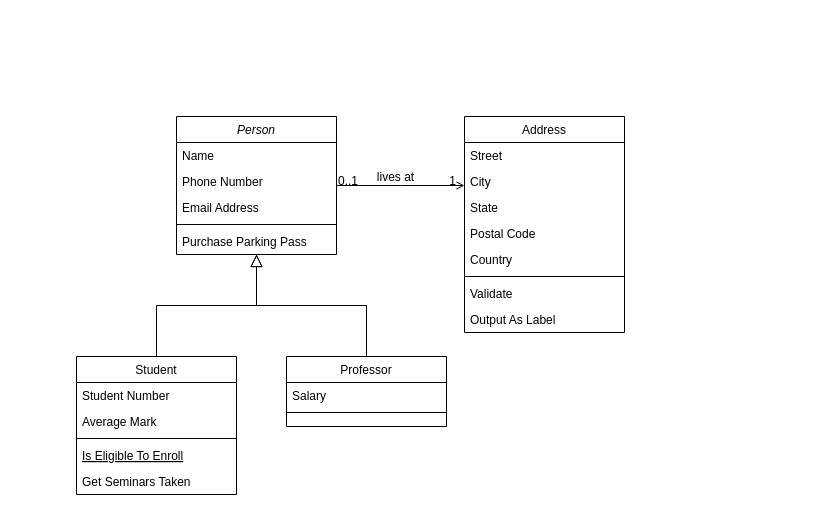
sapoNinja27/EngenhariaSoftware keeps this draw.io diagram as classesPetChop.drawio. Above is the earlier version. Source tidied: cells renumbered, new cells numbered last; positions are measured from the earlier drawing's top-left corner, leaving out a move shared by most shapes. Both pictures are drawn from the tidied source at 100%, with x=0, y=0 at pixel (76, 116).
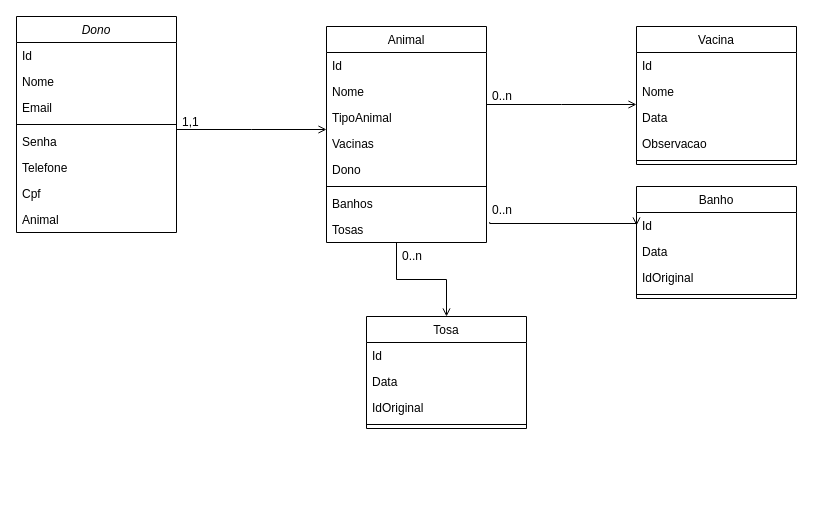
The same diagram, later.

The change refers to these unchanged cells:
```xml
<mxCell id="28" style="endArrow=open;shadow=0;strokeWidth=1;rounded=0;endFill=1;edgeStyle=elbowEdgeStyle;elbow=vertical;" parent="1" edge="1" source="2" target="19">
  <mxGeometry x="0.5" y="41" relative="1" as="geometry">
    <mxPoint x="-40" y="32" as="offset" />
  </mxGeometry>
</mxCell>
```

What changed in the source:
```diff
@@
-    <mxCell id="2" value="Person" style="swimlane;fontStyle=2;align=center;verticalAlign=top;horizontal=1;startSize=26;rounded=0;shadow=0;strokeWidth=1;" parent="1" vertex="1">
-      <mxGeometry x="100" width="160" height="138" as="geometry" />
+    <mxCell id="2" value="Dono" style="swimlane;fontStyle=2;align=center;verticalAlign=top;horizontal=1;startSize=26;rounded=0;shadow=0;strokeWidth=1;" parent="1" vertex="1">
+      <mxGeometry x="-60" y="-100" width="160" height="216" as="geometry" />
     </mxCell>
-    <mxCell id="3" value="Name" style="text;align=left;verticalAlign=top;spacingLeft=4;spacingRight=4;overflow=hidden;" parent="2" vertex="1">
+    <mxCell id="3" value="Id" style="text;align=left;verticalAlign=top;spacingLeft=4;spacingRight=4;overflow=hidden;" parent="2" vertex="1">
       <mxGeometry y="26" width="160" height="26" as="geometry" />
     </mxCell>
-    <mxCell id="4" value="Phone Number" style="text;align=left;verticalAlign=top;spacingLeft=4;spacingRight=4;overflow=hidden;rounded=0;shadow=0;html=0;" parent="2" vertex="1">
+    <mxCell id="4" value="Nome" style="text;align=left;verticalAlign=top;spacingLeft=4;spacingRight=4;overflow=hidden;rounded=0;shadow=0;html=0;" parent="2" vertex="1">
       <mxGeometry y="52" width="160" height="26" as="geometry" />
     </mxCell>
-    <mxCell id="5" value="Email Address" style="text;align=left;verticalAlign=top;spacingLeft=4;spacingRight=4;overflow=hidden;rounded=0;shadow=0;html=0;" parent="2" vertex="1">
+    <mxCell id="5" value="Email" style="text;align=left;verticalAlign=top;spacingLeft=4;spacingRight=4;overflow=hidden;rounded=0;shadow=0;html=0;" parent="2" vertex="1">
       <mxGeometry y="78" width="160" height="26" as="geometry" />
     </mxCell>
@@
-    <mxCell id="7" value="Purchase Parking Pass" style="text;align=left;verticalAlign=top;spacingLeft=4;spacingRight=4;overflow=hidden;" parent="2" vertex="1">
+    <mxCell id="7" value="Senha" style="text;align=left;verticalAlign=top;spacingLeft=4;spacingRight=4;overflow=hidden;" parent="2" vertex="1">
       <mxGeometry y="112" width="160" height="26" as="geometry" />
     </mxCell>
-    <mxCell id="8" value="Student" style="swimlane;fontStyle=0;align=center;verticalAlign=top;horizontal=1;startSize=26;rounded=0;shadow=0;strokeWidth=1;" parent="1" vertex="1">
-      <mxGeometry y="240" width="160" height="138" as="geometry" />
-    </mxCell>
-    <mxCell id="9" value="Student Number" style="text;align=left;verticalAlign=top;spacingLeft=4;spacingRight=4;overflow=hidden;" parent="8" vertex="1">
-      <mxGeometry y="26" width="160" height="26" as="geometry" />
-    </mxCell>
-    <mxCell id="10" value="Average Mark" style="text;align=left;verticalAlign=top;spacingLeft=4;spacingRight=4;overflow=hidden;rounded=0;shadow=0;html=0;" parent="8" vertex="1">
-      <mxGeometry y="52" width="160" height="26" as="geometry" />
-    </mxCell>
-    <mxCell id="11" style="line;html=1;strokeWidth=1;align=left;verticalAlign=middle;spacingTop=-1;spacingLeft=3;spacingRight=3;labelPosition=right;" parent="8" vertex="1">
-      <mxGeometry y="78" width="160" height="8" as="geometry" />
-    </mxCell>
-    <mxCell id="12" value="Is Eligible To Enroll" style="text;align=left;verticalAlign=top;spacingLeft=4;spacingRight=4;overflow=hidden;fontStyle=4;" parent="8" vertex="1">
-      <mxGeometry y="86" width="160" height="26" as="geometry" />
-    </mxCell>
-    <mxCell id="13" value="Get Seminars Taken" style="text;align=left;verticalAlign=top;spacingLeft=4;spacingRight=4;overflow=hidden;" parent="8" vertex="1">
-      <mxGeometry y="112" width="160" height="26" as="geometry" />
-    </mxCell>
-    <mxCell id="14" style="endArrow=block;endSize=10;endFill=0;shadow=0;strokeWidth=1;rounded=0;edgeStyle=elbowEdgeStyle;elbow=vertical;" parent="1" edge="1" source="8" target="2">
-      <mxGeometry relative="1" as="geometry" />
-    </mxCell>
-    <mxCell id="15" value="Professor" style="swimlane;fontStyle=0;align=center;verticalAlign=top;horizontal=1;startSize=26;rounded=0;shadow=0;strokeWidth=1;" parent="1" vertex="1">
-      <mxGeometry x="210" y="240" width="160" height="70" as="geometry" />
-    </mxCell>
-    <mxCell id="16" value="Salary" style="text;align=left;verticalAlign=top;spacingLeft=4;spacingRight=4;overflow=hidden;" parent="15" vertex="1">
-      <mxGeometry y="26" width="160" height="26" as="geometry" />
-    </mxCell>
-    <mxCell id="17" style="line;html=1;strokeWidth=1;align=left;verticalAlign=middle;spacingTop=-1;spacingLeft=3;spacingRight=3;labelPosition=right;" parent="15" vertex="1">
-      <mxGeometry y="52" width="160" height="8" as="geometry" />
-    </mxCell>
-    <mxCell id="18" style="endArrow=block;endSize=10;endFill=0;shadow=0;strokeWidth=1;rounded=0;edgeStyle=elbowEdgeStyle;elbow=vertical;" parent="1" edge="1" source="15" target="2">
-      <mxGeometry relative="1" as="geometry" />
-    </mxCell>
+    <mxCell id="32" value="Telefone" style="text;align=left;verticalAlign=top;spacingLeft=4;spacingRight=4;overflow=hidden;" parent="2" vertex="1">
+      <mxGeometry y="138" width="160" height="26" as="geometry" />
+    </mxCell>
+    <mxCell id="33" value="Cpf" style="text;align=left;verticalAlign=top;spacingLeft=4;spacingRight=4;overflow=hidden;" parent="2" vertex="1">
+      <mxGeometry y="164" width="160" height="26" as="geometry" />
+    </mxCell>
+    <mxCell id="34" value="Animal" style="text;align=left;verticalAlign=top;spacingLeft=4;spacingRight=4;overflow=hidden;" parent="2" vertex="1">
+      <mxGeometry y="190" width="160" height="26" as="geometry" />
+    </mxCell>
-    <mxCell id="19" value="Address" style="swimlane;fontStyle=0;align=center;verticalAlign=top;horizontal=1;startSize=26;rounded=0;shadow=0;strokeWidth=1;" parent="1" vertex="1">
-      <mxGeometry x="388" width="160" height="216" as="geometry" />
+    <mxCell id="19" value="Animal" style="swimlane;fontStyle=0;align=center;verticalAlign=top;horizontal=1;startSize=26;rounded=0;shadow=0;strokeWidth=1;" parent="1" vertex="1">
+      <mxGeometry x="250" y="-90" width="160" height="216" as="geometry" />
     </mxCell>
-    <mxCell id="20" value="Street" style="text;align=left;verticalAlign=top;spacingLeft=4;spacingRight=4;overflow=hidden;" parent="19" vertex="1">
+    <mxCell id="20" value="Id" style="text;align=left;verticalAlign=top;spacingLeft=4;spacingRight=4;overflow=hidden;" parent="19" vertex="1">
       <mxGeometry y="26" width="160" height="26" as="geometry" />
     </mxCell>
-    <mxCell id="21" value="City" style="text;align=left;verticalAlign=top;spacingLeft=4;spacingRight=4;overflow=hidden;rounded=0;shadow=0;html=0;" parent="19" vertex="1">
+    <mxCell id="21" value="Nome" style="text;align=left;verticalAlign=top;spacingLeft=4;spacingRight=4;overflow=hidden;rounded=0;shadow=0;html=0;" parent="19" vertex="1">
       <mxGeometry y="52" width="160" height="26" as="geometry" />
     </mxCell>
-    <mxCell id="22" value="State" style="text;align=left;verticalAlign=top;spacingLeft=4;spacingRight=4;overflow=hidden;rounded=0;shadow=0;html=0;" parent="19" vertex="1">
+    <mxCell id="22" value="TipoAnimal" style="text;align=left;verticalAlign=top;spacingLeft=4;spacingRight=4;overflow=hidden;rounded=0;shadow=0;html=0;" parent="19" vertex="1">
       <mxGeometry y="78" width="160" height="26" as="geometry" />
     </mxCell>
-    <mxCell id="23" value="Postal Code" style="text;align=left;verticalAlign=top;spacingLeft=4;spacingRight=4;overflow=hidden;rounded=0;shadow=0;html=0;" parent="19" vertex="1">
+    <mxCell id="23" value="Vacinas" style="text;align=left;verticalAlign=top;spacingLeft=4;spacingRight=4;overflow=hidden;rounded=0;shadow=0;html=0;" parent="19" vertex="1">
       <mxGeometry y="104" width="160" height="26" as="geometry" />
     </mxCell>
-    <mxCell id="24" value="Country" style="text;align=left;verticalAlign=top;spacingLeft=4;spacingRight=4;overflow=hidden;rounded=0;shadow=0;html=0;" parent="19" vertex="1">
+    <mxCell id="24" value="Dono" style="text;align=left;verticalAlign=top;spacingLeft=4;spacingRight=4;overflow=hidden;rounded=0;shadow=0;html=0;" parent="19" vertex="1">
       <mxGeometry y="130" width="160" height="26" as="geometry" />
     </mxCell>
@@
-    <mxCell id="26" value="Validate" style="text;align=left;verticalAlign=top;spacingLeft=4;spacingRight=4;overflow=hidden;" parent="19" vertex="1">
-      <mxGeometry y="164" width="160" height="26" as="geometry" />
-    </mxCell>
-    <mxCell id="27" value="Output As Label" style="text;align=left;verticalAlign=top;spacingLeft=4;spacingRight=4;overflow=hidden;" parent="19" vertex="1">
-      <mxGeometry y="190" width="160" height="26" as="geometry" />
-    </mxCell>
+    <mxCell id="35" value="Banhos&#10;" style="text;align=left;verticalAlign=top;spacingLeft=4;spacingRight=4;overflow=hidden;rounded=0;shadow=0;html=0;" parent="19" vertex="1">
+      <mxGeometry y="164" width="160" height="26" as="geometry" />
+    </mxCell>
+    <mxCell id="36" value="Tosas" style="text;align=left;verticalAlign=top;spacingLeft=4;spacingRight=4;overflow=hidden;points=[[0,0.5],[1,0.5]];portConstraint=eastwest;rounded=0;shadow=0;html=0;" parent="19" vertex="1">
+      <mxGeometry y="190" width="160" height="26" as="geometry" />
+    </mxCell>
@@
-    <mxCell id="29" value="0..1" style="align=left;verticalAlign=bottom;labelBackgroundColor=none;fontSize=12;" parent="28" vertex="1">
-      <mxGeometry x="-1" relative="1" as="geometry">
-        <mxPoint y="4" as="offset" />
-      </mxGeometry>
-    </mxCell>
-    <mxCell id="30" value="1" style="align=right;verticalAlign=bottom;labelBackgroundColor=none;fontSize=12;" parent="28" vertex="1">
-      <mxGeometry x="1" relative="1" as="geometry">
-        <mxPoint x="-7" y="4" as="offset" />
-      </mxGeometry>
-    </mxCell>
-    <mxCell id="31" value="lives at" style="text;html=1;align=center;verticalAlign=middle;labelBackgroundColor=none;rounded=0;shadow=0;strokeWidth=1;fontSize=12;" parent="28" vertex="1">
-      <mxGeometry x="0.5" y="49" relative="1" as="geometry">
-        <mxPoint x="-38" y="40" as="offset" />
-      </mxGeometry>
-    </mxCell>
+    <mxCell id="37" value="Vacina" style="swimlane;fontStyle=0;align=center;verticalAlign=top;horizontal=1;startSize=26;rounded=0;shadow=0;strokeWidth=1;" parent="1" vertex="1">
+      <mxGeometry x="560" y="-90" width="160" height="138" as="geometry" />
+    </mxCell>
+    <mxCell id="38" value="Id" style="text;align=left;verticalAlign=top;spacingLeft=4;spacingRight=4;overflow=hidden;" parent="37" vertex="1">
+      <mxGeometry y="26" width="160" height="26" as="geometry" />
+    </mxCell>
+    <mxCell id="39" value="Nome" style="text;align=left;verticalAlign=top;spacingLeft=4;spacingRight=4;overflow=hidden;rounded=0;shadow=0;html=0;" parent="37" vertex="1">
+      <mxGeometry y="52" width="160" height="26" as="geometry" />
+    </mxCell>
+    <mxCell id="40" value="Data" style="text;align=left;verticalAlign=top;spacingLeft=4;spacingRight=4;overflow=hidden;rounded=0;shadow=0;html=0;" parent="37" vertex="1">
+      <mxGeometry y="78" width="160" height="26" as="geometry" />
+    </mxCell>
+    <mxCell id="41" value="Observacao" style="text;align=left;verticalAlign=top;spacingLeft=4;spacingRight=4;overflow=hidden;rounded=0;shadow=0;html=0;" parent="37" vertex="1">
+      <mxGeometry y="104" width="160" height="26" as="geometry" />
+    </mxCell>
+    <mxCell id="42" style="line;html=1;strokeWidth=1;align=left;verticalAlign=middle;spacingTop=-1;spacingLeft=3;spacingRight=3;labelPosition=right;" parent="37" vertex="1">
+      <mxGeometry y="130" width="160" height="8" as="geometry" />
+    </mxCell>
+    <mxCell id="43" style="endArrow=open;shadow=0;strokeWidth=1;rounded=0;endFill=1;edgeStyle=elbowEdgeStyle;elbow=vertical;" parent="1" edge="1">
+      <mxGeometry x="0.5" y="41" relative="1" as="geometry">
+        <mxPoint x="410" y="-12" as="sourcePoint" />
+        <mxPoint x="560" y="-12" as="targetPoint" />
+        <mxPoint x="-40" y="32" as="offset" />
+      </mxGeometry>
+    </mxCell>
+    <mxCell id="44" value="0..n" style="text;align=left;verticalAlign=top;spacingLeft=4;spacingRight=4;overflow=hidden;" parent="1" vertex="1">
+      <mxGeometry x="410" y="-34" width="30" height="26" as="geometry" />
+    </mxCell>
+    <mxCell id="45" value="1,1" style="text;align=left;verticalAlign=top;spacingLeft=4;spacingRight=4;overflow=hidden;" parent="1" vertex="1">
+      <mxGeometry x="100" y="-8" width="30" height="26" as="geometry" />
+    </mxCell>
+    <mxCell id="46" value="Banho" style="swimlane;fontStyle=0;align=center;verticalAlign=top;horizontal=1;startSize=26;rounded=0;shadow=0;strokeWidth=1;" parent="1" vertex="1">
+      <mxGeometry x="560" y="70" width="160" height="112" as="geometry" />
+    </mxCell>
+    <mxCell id="47" value="Id" style="text;align=left;verticalAlign=top;spacingLeft=4;spacingRight=4;overflow=hidden;points=[[0,0.5],[1,0.5]];portConstraint=eastwest;" parent="46" vertex="1">
+      <mxGeometry y="26" width="160" height="26" as="geometry" />
+    </mxCell>
+    <mxCell id="48" value="Data" style="text;align=left;verticalAlign=top;spacingLeft=4;spacingRight=4;overflow=hidden;rounded=0;shadow=0;html=0;" parent="46" vertex="1">
+      <mxGeometry y="52" width="160" height="26" as="geometry" />
+    </mxCell>
+    <mxCell id="49" value="IdOriginal" style="text;align=left;verticalAlign=top;spacingLeft=4;spacingRight=4;overflow=hidden;rounded=0;shadow=0;html=0;" parent="46" vertex="1">
+      <mxGeometry y="78" width="160" height="26" as="geometry" />
+    </mxCell>
+    <mxCell id="50" style="line;html=1;strokeWidth=1;align=left;verticalAlign=middle;spacingTop=-1;spacingLeft=3;spacingRight=3;labelPosition=right;" parent="46" vertex="1">
+      <mxGeometry y="104" width="160" height="8" as="geometry" />
+    </mxCell>
+    <mxCell id="51" style="endArrow=open;shadow=0;strokeWidth=1;rounded=0;endFill=1;edgeStyle=elbowEdgeStyle;elbow=vertical;exitX=1.02;exitY=0.215;exitDx=0;exitDy=0;exitPerimeter=0;entryX=0;entryY=0.5;entryDx=0;entryDy=0;" parent="1" edge="1" source="36" target="47">
+      <mxGeometry x="0.5" y="41" relative="1" as="geometry">
+        <mxPoint x="-40" y="32" as="offset" />
+      </mxGeometry>
+    </mxCell>
+    <mxCell id="52" value="Tosa" style="swimlane;fontStyle=0;align=center;verticalAlign=top;horizontal=1;startSize=26;rounded=0;shadow=0;strokeWidth=1;" parent="1" vertex="1">
+      <mxGeometry x="290" y="200" width="160" height="112" as="geometry" />
+    </mxCell>
+    <mxCell id="53" value="Id" style="text;align=left;verticalAlign=top;spacingLeft=4;spacingRight=4;overflow=hidden;" parent="52" vertex="1">
+      <mxGeometry y="26" width="160" height="26" as="geometry" />
+    </mxCell>
+    <mxCell id="54" value="Data" style="text;align=left;verticalAlign=top;spacingLeft=4;spacingRight=4;overflow=hidden;rounded=0;shadow=0;html=0;" parent="52" vertex="1">
+      <mxGeometry y="52" width="160" height="26" as="geometry" />
+    </mxCell>
+    <mxCell id="55" value="IdOriginal" style="text;align=left;verticalAlign=top;spacingLeft=4;spacingRight=4;overflow=hidden;rounded=0;shadow=0;html=0;" parent="52" vertex="1">
+      <mxGeometry y="78" width="160" height="26" as="geometry" />
+    </mxCell>
+    <mxCell id="56" style="line;html=1;strokeWidth=1;align=left;verticalAlign=middle;spacingTop=-1;spacingLeft=3;spacingRight=3;labelPosition=right;" parent="52" vertex="1">
+      <mxGeometry y="104" width="160" height="8" as="geometry" />
+    </mxCell>
+    <mxCell id="57" style="endArrow=open;shadow=0;strokeWidth=1;rounded=0;endFill=1;edgeStyle=elbowEdgeStyle;elbow=vertical;exitX=1.02;exitY=0.215;exitDx=0;exitDy=0;exitPerimeter=0;" parent="1" edge="1" target="52">
+      <mxGeometry x="0.5" y="41" relative="1" as="geometry">
+        <mxPoint x="320" y="126" as="sourcePoint" />
+        <mxPoint x="-40" y="32" as="offset" />
+      </mxGeometry>
+    </mxCell>
+    <mxCell id="58" value="0..n" style="text;align=left;verticalAlign=top;spacingLeft=4;spacingRight=4;overflow=hidden;" parent="1" vertex="1">
+      <mxGeometry x="320" y="126" width="40" height="26" as="geometry" />
+    </mxCell>
+    <mxCell id="59" value="0..n" style="text;align=left;verticalAlign=top;spacingLeft=4;spacingRight=4;overflow=hidden;" parent="1" vertex="1">
+      <mxGeometry x="410" y="80" width="40" height="26" as="geometry" />
+    </mxCell>
```
